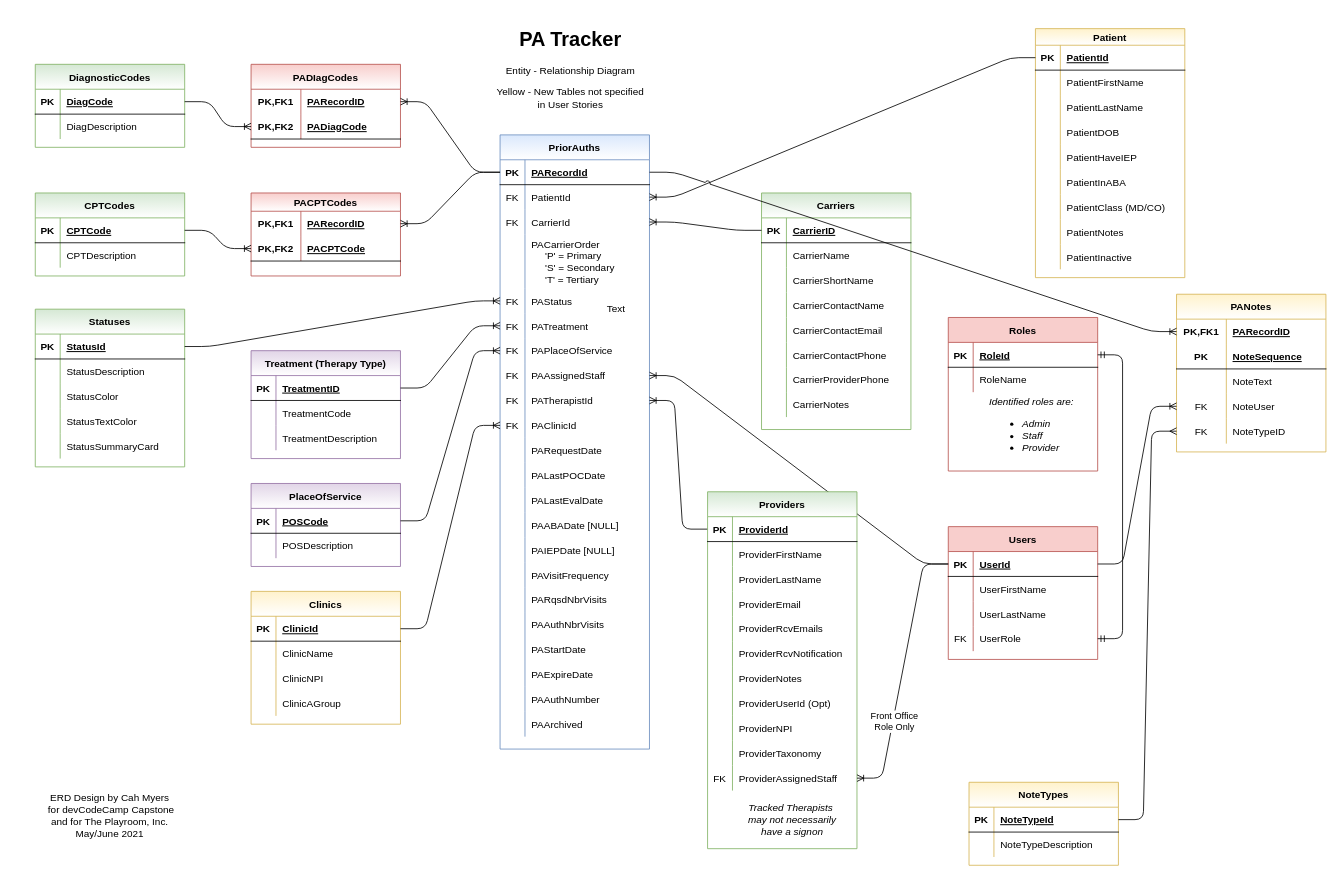
Before: PA_Tracker_Db.drawio in cashmy/PA_Backend, a draw.io diagram. Source tidied: cells renumbered, new cells numbered last; positions are measured from the earlier drawing's top-left corner, leaving out a move shared by most shapes. Both pictures are drawn from the tidied source at 83%, with x=0, y=0 at pixel (14, 22).
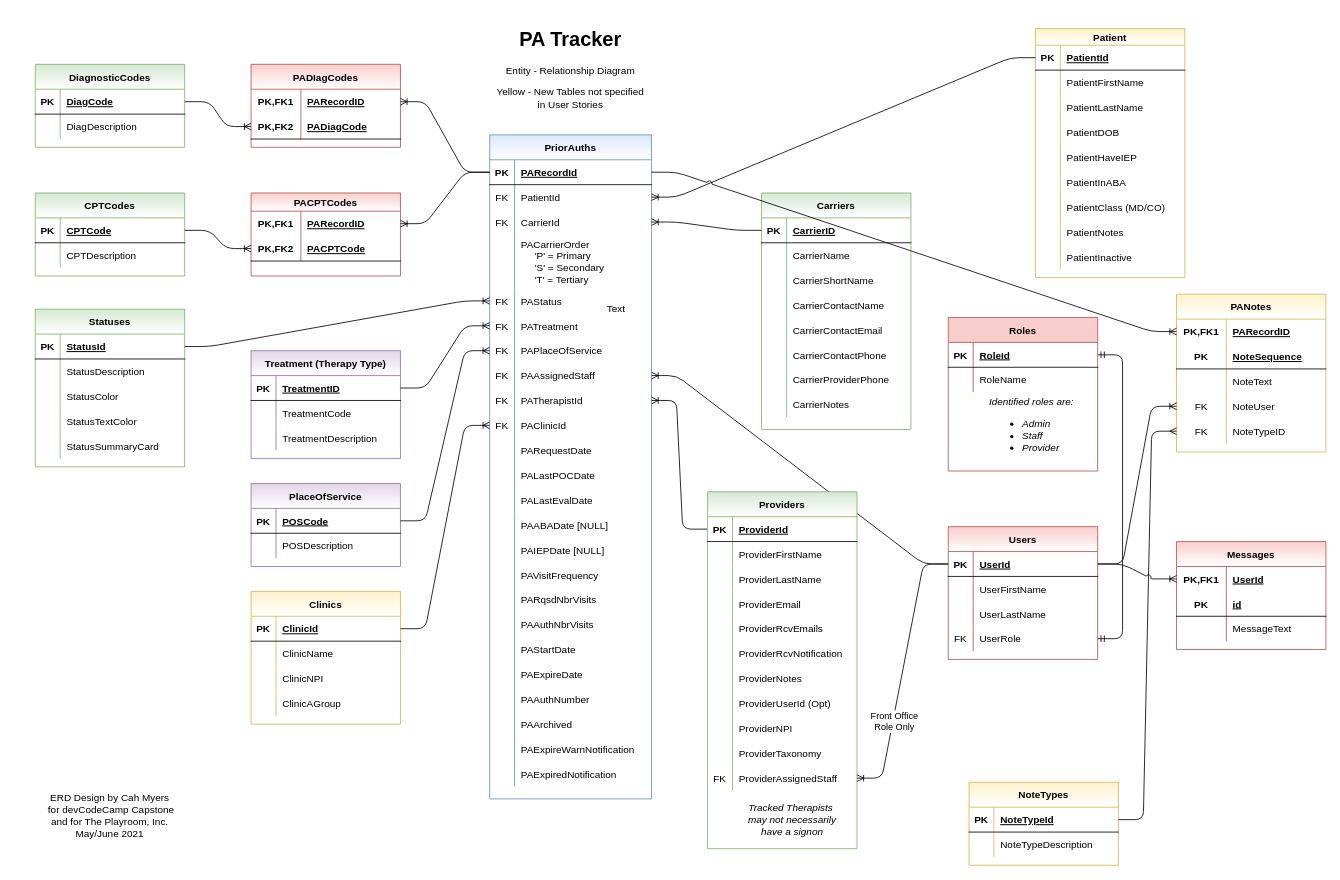
After the change.

Commit message:
Added Messages Table

The change refers to these unchanged cells:
```xml
<mxCell id="103" style="shape=partialRectangle;fillColor=none;top=0;left=0;bottom=1;right=0;points=[[0,0.5],[1,0.5]];portConstraint=eastwest;" parent="102" vertex="1">
  <mxGeometry y="30" width="180" height="30" as="geometry" />
</mxCell>
<mxCell id="284" style="shape=partialRectangle;fillColor=none;top=0;left=0;bottom=0;right=0;points=[[0,0.5],[1,0.5]];portConstraint=eastwest;" parent="271" vertex="1">
  <mxGeometry y="150" width="180" height="30" as="geometry" />
</mxCell>
<mxCell id="288" style="shape=partialRectangle;fillColor=none;top=0;left=0;bottom=1;right=0;points=[[0,0.5],[1,0.5]];portConstraint=eastwest;" parent="287" vertex="1">
  <mxGeometry y="30" width="180" height="30" as="geometry" />
</mxCell>
```

Change to the diagram source:
```diff
@@
-    <mxCell id="102" value="Users" style="shape=table;startSize=30;childLayout=tableLayout;rowLines=0;fontStyle=1;align=center;fillColor=#f8cecc;strokeColor=#b85450;" parent="1" vertex="1">
+    <mxCell id="102" value="Users" style="shape=table;startSize=30;childLayout=tableLayout;rowLines=0;fontStyle=1;align=center;fillColor=#f8cecc;strokeColor=#b85450;gradientColor=#ffffff;" parent="1" vertex="1">
       <mxGeometry x="1125" y="607" width="180" height="160" as="geometry" />
     </mxCell>
@@
     <mxCell id="115" value="PriorAuths" style="shape=table;startSize=30;childLayout=tableLayout;rowLines=0;fontStyle=1;align=center;fillColor=#dae8fc;strokeColor=#6c8ebf;gradientColor=#ffffff;" parent="1" vertex="1">
-      <mxGeometry x="585" y="135" width="180" height="740" as="geometry" />
+      <mxGeometry x="572.5" y="135" width="195" height="800" as="geometry" />
     </mxCell>
     <mxCell id="116" style="shape=partialRectangle;fillColor=none;top=0;left=0;bottom=1;right=0;points=[[0,0.5],[1,0.5]];portConstraint=eastwest;" parent="115" vertex="1">
-      <mxGeometry y="30" width="180" height="30" as="geometry" />
+      <mxGeometry y="30" width="195" height="30" as="geometry" />
     </mxCell>
@@
     <mxCell id="118" value="PARecordId" style="shape=partialRectangle;fillColor=none;top=0;left=0;bottom=0;right=0;align=left;spacingLeft=6;fontStyle=5;overflow=hidden;" parent="116" vertex="1">
-      <mxGeometry x="30" width="150" height="30" as="geometry" />
+      <mxGeometry x="30" width="165" height="30" as="geometry" />
     </mxCell>
     <mxCell id="119" style="shape=partialRectangle;fillColor=none;top=0;left=0;bottom=0;right=0;points=[[0,0.5],[1,0.5]];portConstraint=eastwest;" parent="115" vertex="1">
-      <mxGeometry y="60" width="180" height="30" as="geometry" />
+      <mxGeometry y="60" width="195" height="30" as="geometry" />
     </mxCell>
@@
     <mxCell id="121" value="PatientId" style="shape=partialRectangle;fillColor=none;top=0;left=0;bottom=0;right=0;align=left;spacingLeft=6;overflow=hidden;" parent="119" vertex="1">
-      <mxGeometry x="30" width="150" height="30" as="geometry" />
+      <mxGeometry x="30" width="165" height="30" as="geometry" />
     </mxCell>
     <mxCell id="122" style="shape=partialRectangle;fillColor=none;top=0;left=0;bottom=0;right=0;points=[[0,0.5],[1,0.5]];portConstraint=eastwest;" parent="115" vertex="1">
-      <mxGeometry y="90" width="180" height="30" as="geometry" />
+      <mxGeometry y="90" width="195" height="30" as="geometry" />
     </mxCell>
@@
     <mxCell id="124" value="CarrierId" style="shape=partialRectangle;fillColor=none;top=0;left=0;bottom=0;right=0;align=left;spacingLeft=6;overflow=hidden;" parent="122" vertex="1">
-      <mxGeometry x="30" width="150" height="30" as="geometry" />
+      <mxGeometry x="30" width="165" height="30" as="geometry" />
     </mxCell>
     <mxCell id="125" style="shape=partialRectangle;fillColor=none;top=0;left=0;bottom=0;right=0;" parent="115" vertex="1">
-      <mxGeometry y="120" width="180" height="65" as="geometry" />
+      <mxGeometry y="120" width="195" height="65" as="geometry" />
     </mxCell>
@@
     <mxCell id="127" value="PACarrierOrder &#10;     'P' = Primary&#10;     'S' = Secondary&#10;     'T' = Tertiary" style="shape=partialRectangle;fillColor=none;top=0;left=0;bottom=0;right=0;align=left;spacingLeft=6;overflow=hidden;" parent="125" vertex="1">
-      <mxGeometry x="30" width="150" height="65" as="geometry" />
+      <mxGeometry x="30" width="165" height="65" as="geometry" />
     </mxCell>
     <mxCell id="128" style="shape=partialRectangle;fillColor=none;top=0;left=0;bottom=0;right=0;points=[[0,0.5],[1,0.5]];portConstraint=eastwest;" parent="115" vertex="1">
-      <mxGeometry y="185" width="180" height="30" as="geometry" />
+      <mxGeometry y="185" width="195" height="30" as="geometry" />
     </mxCell>
@@
     <mxCell id="130" value="PAStatus" style="shape=partialRectangle;fillColor=none;top=0;left=0;bottom=0;right=0;align=left;spacingLeft=6;overflow=hidden;" parent="128" vertex="1">
-      <mxGeometry x="30" width="150" height="30" as="geometry" />
+      <mxGeometry x="30" width="165" height="30" as="geometry" />
     </mxCell>
     <mxCell id="131" style="shape=partialRectangle;fillColor=none;top=0;left=0;bottom=0;right=0;points=[[0,0.5],[1,0.5]];portConstraint=eastwest;" parent="115" vertex="1">
-      <mxGeometry y="215" width="180" height="30" as="geometry" />
+      <mxGeometry y="215" width="195" height="30" as="geometry" />
     </mxCell>
@@
     <mxCell id="133" value="PATreatment" style="shape=partialRectangle;fillColor=none;top=0;left=0;bottom=0;right=0;align=left;spacingLeft=6;overflow=hidden;" parent="131" vertex="1">
-      <mxGeometry x="30" width="150" height="30" as="geometry" />
+      <mxGeometry x="30" width="165" height="30" as="geometry" />
     </mxCell>
     <mxCell id="134" style="shape=partialRectangle;fillColor=none;top=0;left=0;bottom=0;right=0;points=[[0,0.5],[1,0.5]];portConstraint=eastwest;" parent="115" vertex="1">
-      <mxGeometry y="245" width="180" height="30" as="geometry" />
+      <mxGeometry y="245" width="195" height="30" as="geometry" />
     </mxCell>
@@
     <mxCell id="136" value="PAPlaceOfService" style="shape=partialRectangle;fillColor=none;top=0;left=0;bottom=0;right=0;align=left;spacingLeft=6;overflow=hidden;" parent="134" vertex="1">
-      <mxGeometry x="30" width="150" height="30" as="geometry" />
+      <mxGeometry x="30" width="165" height="30" as="geometry" />
     </mxCell>
     <mxCell id="137" style="shape=partialRectangle;fillColor=none;top=0;left=0;bottom=0;right=0;points=[[0,0.5],[1,0.5]];portConstraint=eastwest;" parent="115" vertex="1">
-      <mxGeometry y="275" width="180" height="30" as="geometry" />
+      <mxGeometry y="275" width="195" height="30" as="geometry" />
     </mxCell>
@@
     <mxCell id="139" value="PAAssignedStaff" style="shape=partialRectangle;fillColor=none;top=0;left=0;bottom=0;right=0;align=left;spacingLeft=6;overflow=hidden;" parent="137" vertex="1">
-      <mxGeometry x="30" width="150" height="30" as="geometry" />
+      <mxGeometry x="30" width="165" height="30" as="geometry" />
     </mxCell>
     <mxCell id="140" style="shape=partialRectangle;fillColor=none;top=0;left=0;bottom=0;right=0;points=[[0,0.5],[1,0.5]];portConstraint=eastwest;" parent="115" vertex="1">
-      <mxGeometry y="305" width="180" height="30" as="geometry" />
+      <mxGeometry y="305" width="195" height="30" as="geometry" />
     </mxCell>
@@
     <mxCell id="142" value="PATherapistId" style="shape=partialRectangle;fillColor=none;top=0;left=0;bottom=0;right=0;align=left;spacingLeft=6;overflow=hidden;" parent="140" vertex="1">
-      <mxGeometry x="30" width="150" height="30" as="geometry" />
+      <mxGeometry x="30" width="165" height="30" as="geometry" />
     </mxCell>
     <mxCell id="143" style="shape=partialRectangle;fillColor=none;top=0;left=0;bottom=0;right=0;points=[[0,0.5],[1,0.5]];portConstraint=eastwest;" parent="115" vertex="1">
-      <mxGeometry y="335" width="180" height="30" as="geometry" />
+      <mxGeometry y="335" width="195" height="30" as="geometry" />
     </mxCell>
@@
     <mxCell id="145" value="PAClinicId" style="shape=partialRectangle;fillColor=none;top=0;left=0;bottom=0;right=0;align=left;spacingLeft=6;overflow=hidden;" parent="143" vertex="1">
-      <mxGeometry x="30" width="150" height="30" as="geometry" />
+      <mxGeometry x="30" width="165" height="30" as="geometry" />
     </mxCell>
     <mxCell id="146" style="shape=partialRectangle;fillColor=none;top=0;left=0;bottom=0;right=0;" parent="115" vertex="1">
-      <mxGeometry y="365" width="180" height="30" as="geometry" />
+      <mxGeometry y="365" width="195" height="30" as="geometry" />
     </mxCell>
@@
     <mxCell id="148" value="PARequestDate" style="shape=partialRectangle;fillColor=none;top=0;left=0;bottom=0;right=0;align=left;spacingLeft=6;overflow=hidden;" parent="146" vertex="1">
-      <mxGeometry x="30" width="150" height="30" as="geometry" />
+      <mxGeometry x="30" width="165" height="30" as="geometry" />
     </mxCell>
     <mxCell id="149" style="shape=partialRectangle;fillColor=none;top=0;left=0;bottom=0;right=0;" parent="115" vertex="1">
-      <mxGeometry y="395" width="180" height="30" as="geometry" />
+      <mxGeometry y="395" width="195" height="30" as="geometry" />
     </mxCell>
@@
     <mxCell id="151" value="PALastPOCDate" style="shape=partialRectangle;fillColor=none;top=0;left=0;bottom=0;right=0;align=left;spacingLeft=6;overflow=hidden;" parent="149" vertex="1">
-      <mxGeometry x="30" width="150" height="30" as="geometry" />
+      <mxGeometry x="30" width="165" height="30" as="geometry" />
     </mxCell>
     <mxCell id="152" style="shape=partialRectangle;fillColor=none;top=0;left=0;bottom=0;right=0;" parent="115" vertex="1">
-      <mxGeometry y="425" width="180" height="30" as="geometry" />
+      <mxGeometry y="425" width="195" height="30" as="geometry" />
     </mxCell>
@@
     <mxCell id="154" value="PALastEvalDate" style="shape=partialRectangle;fillColor=none;top=0;left=0;bottom=0;right=0;align=left;spacingLeft=6;overflow=hidden;" parent="152" vertex="1">
-      <mxGeometry x="30" width="150" height="30" as="geometry" />
+      <mxGeometry x="30" width="165" height="30" as="geometry" />
     </mxCell>
     <mxCell id="155" style="shape=partialRectangle;fillColor=none;top=0;left=0;bottom=0;right=0;" parent="115" vertex="1">
-      <mxGeometry y="455" width="180" height="30" as="geometry" />
+      <mxGeometry y="455" width="195" height="30" as="geometry" />
     </mxCell>
@@
     <mxCell id="157" value="PAABADate [NULL]" style="shape=partialRectangle;fillColor=none;top=0;left=0;bottom=0;right=0;align=left;spacingLeft=6;overflow=hidden;" parent="155" vertex="1">
-      <mxGeometry x="30" width="150" height="30" as="geometry" />
+      <mxGeometry x="30" width="165" height="30" as="geometry" />
     </mxCell>
     <mxCell id="158" style="shape=partialRectangle;fillColor=none;top=0;left=0;bottom=0;right=0;" parent="115" vertex="1">
-      <mxGeometry y="485" width="180" height="30" as="geometry" />
+      <mxGeometry y="485" width="195" height="30" as="geometry" />
     </mxCell>
@@
     <mxCell id="160" value="PAIEPDate [NULL]" style="shape=partialRectangle;fillColor=none;top=0;left=0;bottom=0;right=0;align=left;spacingLeft=6;overflow=hidden;" parent="158" vertex="1">
-      <mxGeometry x="30" width="150" height="30" as="geometry" />
+      <mxGeometry x="30" width="165" height="30" as="geometry" />
     </mxCell>
     <mxCell id="161" style="shape=partialRectangle;fillColor=none;top=0;left=0;bottom=0;right=0;" parent="115" vertex="1">
-      <mxGeometry y="515" width="180" height="30" as="geometry" />
+      <mxGeometry y="515" width="195" height="30" as="geometry" />
     </mxCell>
@@
     <mxCell id="163" value="PAVisitFrequency" style="shape=partialRectangle;fillColor=none;top=0;left=0;bottom=0;right=0;align=left;spacingLeft=6;overflow=hidden;" parent="161" vertex="1">
-      <mxGeometry x="30" width="150" height="30" as="geometry" />
+      <mxGeometry x="30" width="165" height="30" as="geometry" />
     </mxCell>
     <mxCell id="164" style="shape=partialRectangle;fillColor=none;top=0;left=0;bottom=0;right=0;" parent="115" vertex="1">
-      <mxGeometry y="545" width="180" height="30" as="geometry" />
+      <mxGeometry y="545" width="195" height="30" as="geometry" />
     </mxCell>
@@
     <mxCell id="166" value="PARqsdNbrVisits" style="shape=partialRectangle;fillColor=none;top=0;left=0;bottom=0;right=0;align=left;spacingLeft=6;overflow=hidden;" parent="164" vertex="1">
-      <mxGeometry x="30" width="150" height="30" as="geometry" />
+      <mxGeometry x="30" width="165" height="30" as="geometry" />
     </mxCell>
     <mxCell id="167" style="shape=partialRectangle;fillColor=none;top=0;left=0;bottom=0;right=0;" parent="115" vertex="1">
-      <mxGeometry y="575" width="180" height="30" as="geometry" />
+      <mxGeometry y="575" width="195" height="30" as="geometry" />
     </mxCell>
@@
     <mxCell id="169" value="PAAuthNbrVisits" style="shape=partialRectangle;fillColor=none;top=0;left=0;bottom=0;right=0;align=left;spacingLeft=6;overflow=hidden;" parent="167" vertex="1">
-      <mxGeometry x="30" width="150" height="30" as="geometry" />
+      <mxGeometry x="30" width="165" height="30" as="geometry" />
     </mxCell>
     <mxCell id="170" style="shape=partialRectangle;fillColor=none;top=0;left=0;bottom=0;right=0;" parent="115" vertex="1">
-      <mxGeometry y="605" width="180" height="30" as="geometry" />
+      <mxGeometry y="605" width="195" height="30" as="geometry" />
     </mxCell>
@@
     <mxCell id="172" value="PAStartDate" style="shape=partialRectangle;fillColor=none;top=0;left=0;bottom=0;right=0;align=left;spacingLeft=6;overflow=hidden;" parent="170" vertex="1">
-      <mxGeometry x="30" width="150" height="30" as="geometry" />
+      <mxGeometry x="30" width="165" height="30" as="geometry" />
     </mxCell>
     <mxCell id="173" style="shape=partialRectangle;fillColor=none;top=0;left=0;bottom=0;right=0;" parent="115" vertex="1">
-      <mxGeometry y="635" width="180" height="30" as="geometry" />
+      <mxGeometry y="635" width="195" height="30" as="geometry" />
     </mxCell>
@@
     <mxCell id="175" value="PAExpireDate" style="shape=partialRectangle;fillColor=none;top=0;left=0;bottom=0;right=0;align=left;spacingLeft=6;overflow=hidden;" parent="173" vertex="1">
-      <mxGeometry x="30" width="150" height="30" as="geometry" />
+      <mxGeometry x="30" width="165" height="30" as="geometry" />
     </mxCell>
     <mxCell id="176" style="shape=partialRectangle;fillColor=none;top=0;left=0;bottom=0;right=0;" parent="115" vertex="1">
-      <mxGeometry y="665" width="180" height="30" as="geometry" />
+      <mxGeometry y="665" width="195" height="30" as="geometry" />
     </mxCell>
@@
     <mxCell id="178" value="PAAuthNumber" style="shape=partialRectangle;fillColor=none;top=0;left=0;bottom=0;right=0;align=left;spacingLeft=6;overflow=hidden;" parent="176" vertex="1">
-      <mxGeometry x="30" width="150" height="30" as="geometry" />
+      <mxGeometry x="30" width="165" height="30" as="geometry" />
     </mxCell>
     <mxCell id="179" style="shape=partialRectangle;fillColor=none;top=0;left=0;bottom=0;right=0;" parent="115" vertex="1">
-      <mxGeometry y="695" width="180" height="30" as="geometry" />
+      <mxGeometry y="695" width="195" height="30" as="geometry" />
     </mxCell>
@@
     <mxCell id="181" value="PAArchived" style="shape=partialRectangle;fillColor=none;top=0;left=0;bottom=0;right=0;align=left;spacingLeft=6;overflow=hidden;" parent="179" vertex="1">
-      <mxGeometry x="30" width="150" height="30" as="geometry" />
+      <mxGeometry x="30" width="165" height="30" as="geometry" />
     </mxCell>
+    <mxCell id="297" style="shape=partialRectangle;fillColor=none;top=0;left=0;bottom=0;right=0;" parent="115" vertex="1">
+      <mxGeometry y="725" width="195" height="30" as="geometry" />
+    </mxCell>
+    <mxCell id="298" style="shape=partialRectangle;fillColor=none;top=0;left=0;bottom=0;right=0;overflow=hidden;" parent="297" vertex="1">
+      <mxGeometry width="30" height="30" as="geometry" />
+    </mxCell>
+    <mxCell id="299" value="PAExpireWarnNotification" style="shape=partialRectangle;fillColor=none;top=0;left=0;bottom=0;right=0;align=left;spacingLeft=6;overflow=hidden;" parent="297" vertex="1">
+      <mxGeometry x="30" width="165" height="30" as="geometry" />
+    </mxCell>
+    <mxCell id="300" style="shape=partialRectangle;fillColor=none;top=0;left=0;bottom=0;right=0;" parent="115" vertex="1">
+      <mxGeometry y="755" width="195" height="30" as="geometry" />
+    </mxCell>
+    <mxCell id="301" style="shape=partialRectangle;fillColor=none;top=0;left=0;bottom=0;right=0;overflow=hidden;" parent="300" vertex="1">
+      <mxGeometry width="30" height="30" as="geometry" />
+    </mxCell>
+    <mxCell id="302" value="PAExpiredNotification" style="shape=partialRectangle;fillColor=none;top=0;left=0;bottom=0;right=0;align=left;spacingLeft=6;overflow=hidden;" parent="300" vertex="1">
+      <mxGeometry x="30" width="165" height="30" as="geometry" />
+    </mxCell>
@@
-    <mxCell id="294" style="edgeStyle=entityRelationEdgeStyle;fontSize=12;html=1;endArrow=ERmany;exitX=1;exitY=0.5;exitDx=0;exitDy=0;entryX=0;entryY=0.5;entryDx=0;entryDy=0;" parent="1" edge="1" source="288" target="284">
+    <mxCell id="294" style="edgeStyle=entityRelationEdgeStyle;fontSize=12;html=1;endArrow=ERmany;exitX=1;exitY=0.5;exitDx=0;exitDy=0;entryX=0;entryY=0.5;entryDx=0;entryDy=0;jumpStyle=arc;" parent="1" edge="1" source="288" target="284">
       <mxGeometry relative="1" as="geometry" />
     </mxCell>
@@
+    <mxCell id="303" value="Messages" style="shape=table;startSize=30;childLayout=tableLayout;rowLines=0;fontStyle=1;align=center;fillColor=#f8cecc;strokeColor=#b85450;gradientColor=#ffffff;" parent="1" vertex="1">
+      <mxGeometry x="1400" y="625" width="180" height="130" as="geometry" />
+    </mxCell>
+    <mxCell id="304" style="shape=partialRectangle;fillColor=none;top=0;left=0;bottom=0;right=0;points=[[0,0.5],[1,0.5]];portConstraint=eastwest;" parent="303" vertex="1">
+      <mxGeometry y="30" width="180" height="30" as="geometry" />
+    </mxCell>
+    <mxCell id="305" value="PK,FK1" style="shape=partialRectangle;fillColor=none;top=0;left=0;bottom=0;right=0;fontStyle=1;overflow=hidden;" parent="304" vertex="1">
+      <mxGeometry width="60" height="30" as="geometry" />
+    </mxCell>
+    <mxCell id="306" value="UserId" style="shape=partialRectangle;fillColor=none;top=0;left=0;bottom=0;right=0;align=left;spacingLeft=6;fontStyle=5;overflow=hidden;" parent="304" vertex="1">
+      <mxGeometry x="60" width="120" height="30" as="geometry" />
+    </mxCell>
+    <mxCell id="307" style="shape=partialRectangle;fillColor=none;top=0;left=0;bottom=1;right=0;" parent="303" vertex="1">
+      <mxGeometry y="60" width="180" height="30" as="geometry" />
+    </mxCell>
+    <mxCell id="308" value="PK" style="shape=partialRectangle;fillColor=none;top=0;left=0;bottom=0;right=0;fontStyle=1;overflow=hidden;" parent="307" vertex="1">
+      <mxGeometry width="60" height="30" as="geometry" />
+    </mxCell>
+    <mxCell id="309" value="id" style="shape=partialRectangle;fillColor=none;top=0;left=0;bottom=0;right=0;align=left;spacingLeft=6;fontStyle=5;overflow=hidden;" parent="307" vertex="1">
+      <mxGeometry x="60" width="120" height="30" as="geometry" />
+    </mxCell>
+    <mxCell id="310" style="shape=partialRectangle;fillColor=none;top=0;left=0;bottom=0;right=0;" parent="303" vertex="1">
+      <mxGeometry y="90" width="180" height="30" as="geometry" />
+    </mxCell>
+    <mxCell id="311" style="shape=partialRectangle;fillColor=none;top=0;left=0;bottom=0;right=0;overflow=hidden;" parent="310" vertex="1">
+      <mxGeometry width="60" height="30" as="geometry" />
+    </mxCell>
+    <mxCell id="312" value="MessageText" style="shape=partialRectangle;fillColor=none;top=0;left=0;bottom=0;right=0;align=left;spacingLeft=6;overflow=hidden;" parent="310" vertex="1">
+      <mxGeometry x="60" width="120" height="30" as="geometry" />
+    </mxCell>
+    <mxCell id="313" style="edgeStyle=entityRelationEdgeStyle;fontSize=12;html=1;endArrow=ERoneToMany;exitX=1;exitY=0.5;exitDx=0;exitDy=0;entryX=0;entryY=0.5;entryDx=0;entryDy=0;jumpStyle=arc;" parent="1" edge="1" source="103" target="304">
+      <mxGeometry relative="1" as="geometry" />
+    </mxCell>
```
